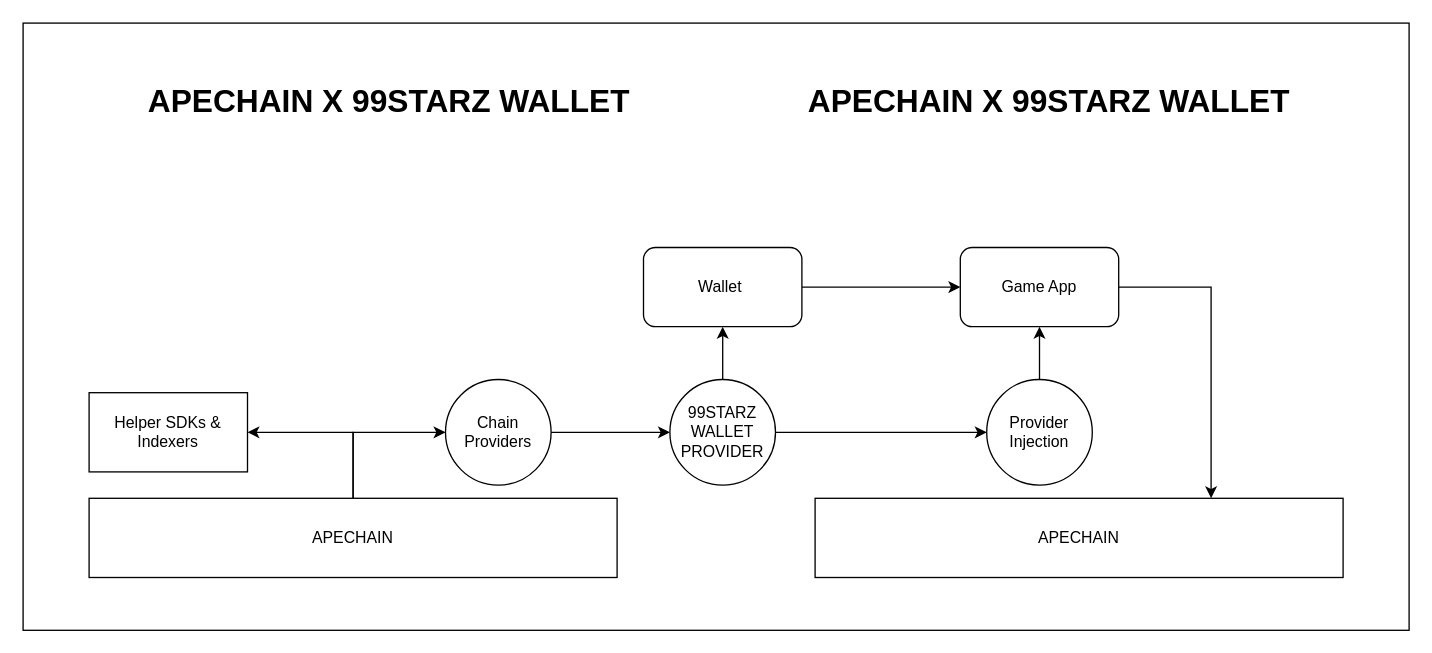
ali-05-ahmed/Concept-Diagrams keeps this draw.io diagram as 99starzApechainChain.drawio. Above is the earlier version. Source tidied: cells renumbered, new cells numbered last; positions are measured from the earlier drawing's top-left corner, leaving out a move shared by most shapes. Both pictures are drawn from the tidied source at 132%, with x=0, y=0 at pixel (22, 22).
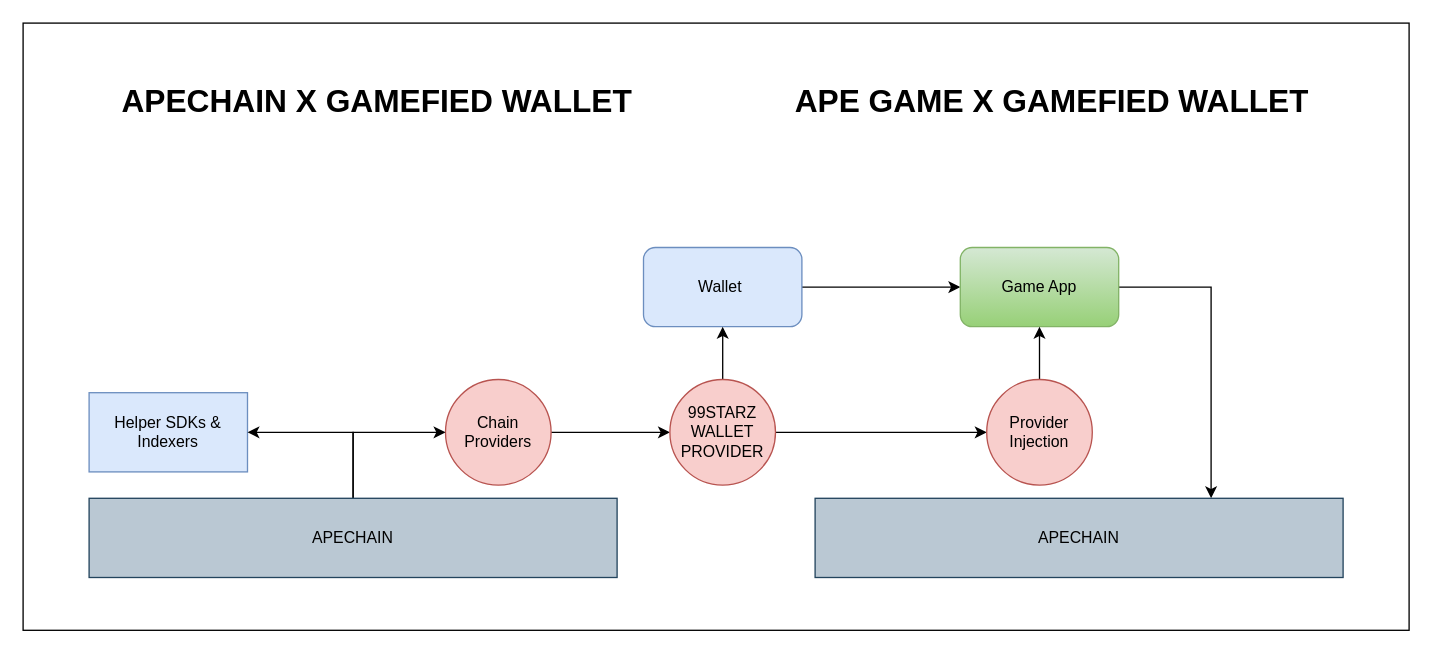
Above is the later version.

Diff of the diagram source:
```diff
@@
-    <mxCell id="3" value="&lt;h1&gt;APECHAIN X 99STARZ WALLET&lt;/h1&gt;&lt;p&gt;&lt;br&gt;&lt;/p&gt;" style="text;html=1;strokeColor=none;fillColor=none;spacing=5;spacingTop=-20;whiteSpace=wrap;overflow=hidden;rounded=0;" parent="1" vertex="1">
-      <mxGeometry x="90" y="40" width="390" height="40" as="geometry" />
+    <mxCell id="3" value="&lt;h1&gt;APECHAIN X GAMEFIED&amp;nbsp;WALLET&lt;/h1&gt;&lt;p&gt;&lt;br&gt;&lt;/p&gt;" style="text;html=1;strokeColor=none;fillColor=none;spacing=5;spacingTop=-20;whiteSpace=wrap;overflow=hidden;rounded=0;" parent="1" vertex="1">
+      <mxGeometry x="70" y="40" width="410" height="40" as="geometry" />
     </mxCell>
@@
-    <mxCell id="5" value="Wallet&amp;nbsp;" style="rounded=1;whiteSpace=wrap;html=1;" parent="1" vertex="1">
+    <mxCell id="5" value="Wallet&amp;nbsp;" style="rounded=1;whiteSpace=wrap;html=1;fillColor=#dae8fc;strokeColor=#6c8ebf;" parent="1" vertex="1">
       <mxGeometry x="470" y="170" width="120" height="60" as="geometry" />
     </mxCell>
@@
-    <mxCell id="7" value="Chain Providers" style="ellipse;whiteSpace=wrap;html=1;" parent="1" vertex="1">
+    <mxCell id="7" value="Chain Providers" style="ellipse;whiteSpace=wrap;html=1;fillColor=#f8cecc;strokeColor=#b85450;" parent="1" vertex="1">
       <mxGeometry x="320" y="270" width="80" height="80" as="geometry" />
     </mxCell>
-    <mxCell id="8" value="Helper SDKs &amp;amp; Indexers" style="rounded=0;whiteSpace=wrap;html=1;" parent="1" vertex="1">
+    <mxCell id="8" value="Helper SDKs &amp;amp; Indexers" style="rounded=0;whiteSpace=wrap;html=1;fillColor=#dae8fc;strokeColor=#6c8ebf;" parent="1" vertex="1">
       <mxGeometry x="50" y="280" width="120" height="60" as="geometry" />
     </mxCell>
@@
-    <mxCell id="11" value="APECHAIN" style="rounded=0;whiteSpace=wrap;html=1;" parent="1" vertex="1">
+    <mxCell id="11" value="APECHAIN" style="rounded=0;whiteSpace=wrap;html=1;fillColor=#bac8d3;strokeColor=#23445d;" parent="1" vertex="1">
       <mxGeometry x="50" y="360" width="400" height="60" as="geometry" />
     </mxCell>
-    <mxCell id="12" value="&lt;h1&gt;APECHAIN X 99STARZ WALLET&lt;/h1&gt;&lt;p&gt;&lt;br&gt;&lt;/p&gt;" style="text;html=1;strokeColor=none;fillColor=none;spacing=5;spacingTop=-20;whiteSpace=wrap;overflow=hidden;rounded=0;" parent="1" vertex="1">
-      <mxGeometry x="590" y="40" width="390" height="40" as="geometry" />
+    <mxCell id="12" value="&lt;h1&gt;APE GAME X GAMEFIED WALLET&lt;/h1&gt;&lt;p&gt;&lt;br&gt;&lt;/p&gt;" style="text;html=1;strokeColor=none;fillColor=none;spacing=5;spacingTop=-20;whiteSpace=wrap;overflow=hidden;rounded=0;" parent="1" vertex="1">
+      <mxGeometry x="580" y="40" width="400" height="40" as="geometry" />
     </mxCell>
@@
-    <mxCell id="15" value="99STARZ&lt;br&gt;WALLET&lt;br&gt;PROVIDER" style="ellipse;whiteSpace=wrap;html=1;" parent="1" vertex="1">
+    <mxCell id="15" value="99STARZ&lt;br&gt;WALLET&lt;br&gt;PROVIDER" style="ellipse;whiteSpace=wrap;html=1;fillColor=#f8cecc;strokeColor=#b85450;" parent="1" vertex="1">
       <mxGeometry x="490" y="270" width="80" height="80" as="geometry" />
     </mxCell>
@@
-    <mxCell id="17" value="Game App" style="rounded=1;whiteSpace=wrap;html=1;" parent="1" vertex="1">
+    <mxCell id="17" value="Game App" style="rounded=1;whiteSpace=wrap;html=1;fillColor=#d5e8d4;gradientColor=#97d077;strokeColor=#82b366;" parent="1" vertex="1">
       <mxGeometry x="710" y="170" width="120" height="60" as="geometry" />
     </mxCell>
@@
-    <mxCell id="19" value="Provider Injection" style="ellipse;whiteSpace=wrap;html=1;" parent="1" vertex="1">
+    <mxCell id="19" value="Provider Injection" style="ellipse;whiteSpace=wrap;html=1;fillColor=#f8cecc;strokeColor=#b85450;" parent="1" vertex="1">
       <mxGeometry x="730" y="270" width="80" height="80" as="geometry" />
     </mxCell>
-    <mxCell id="20" value="APECHAIN" style="rounded=0;whiteSpace=wrap;html=1;" parent="1" vertex="1">
+    <mxCell id="20" value="APECHAIN" style="rounded=0;whiteSpace=wrap;html=1;fillColor=#bac8d3;strokeColor=#23445d;" parent="1" vertex="1">
       <mxGeometry x="600" y="360" width="400" height="60" as="geometry" />
     </mxCell>
```
